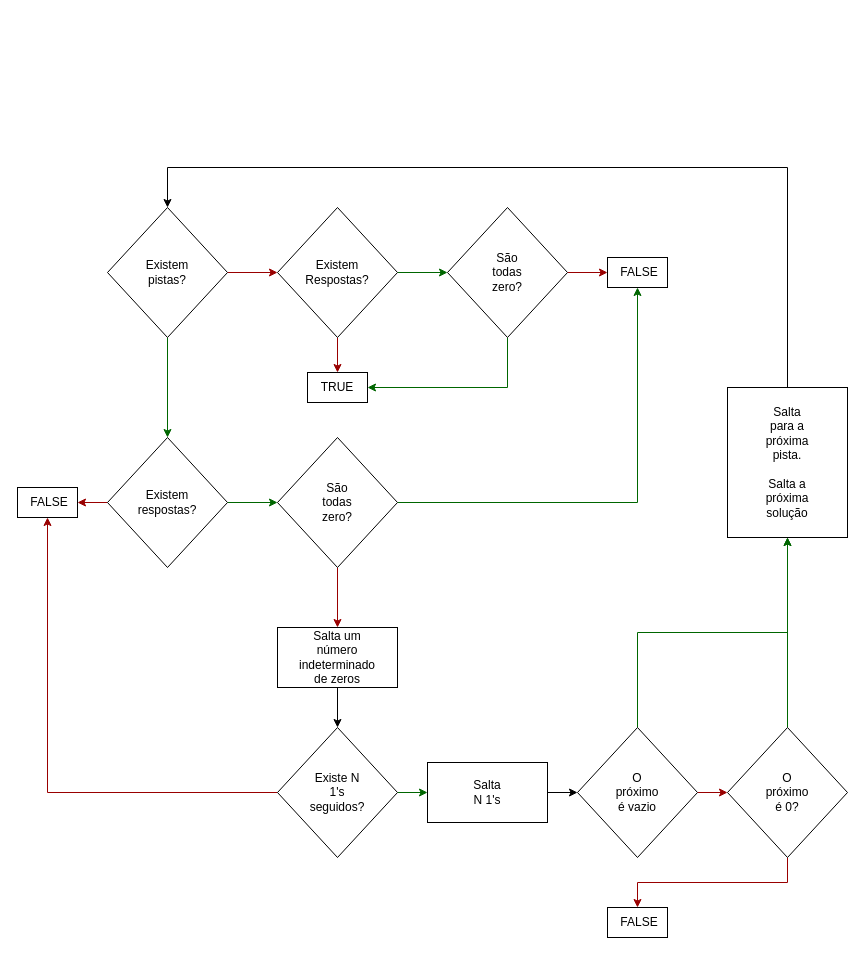
This is linecheck.drawio from Tiago-Matinho/PD, a draw.io file, before an edit. Source tidied: cells renumbered, new cells numbered last; positions are measured from the earlier drawing's top-left corner, leaving out a move shared by most shapes. Both pictures are drawn from the tidied source at 100%, with x=0, y=0 at pixel (17, 167).
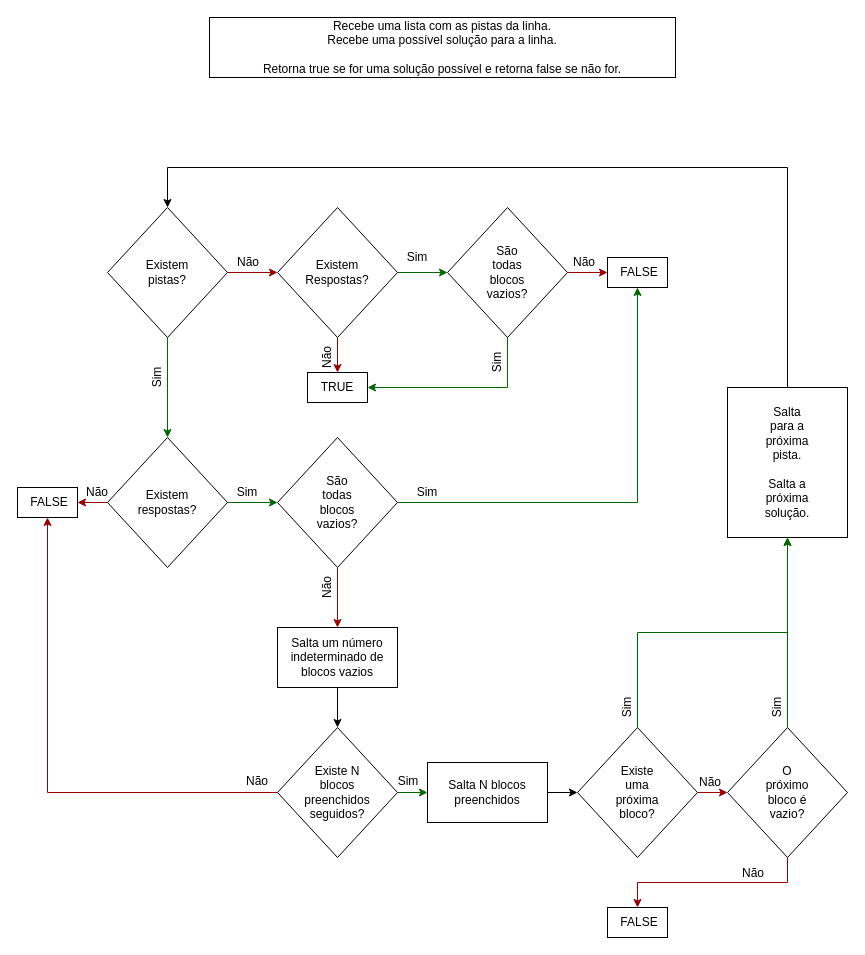
Above is the later version.

Diff of the diagram source:
```diff
@@
-    <mxCell id="15" value="São todas zero?" style="text;html=1;strokeColor=none;fillColor=none;align=center;verticalAlign=middle;whiteSpace=wrap;rounded=0;" parent="1" vertex="1">
+    <mxCell id="15" value="São todas blocos vazios?" style="text;html=1;strokeColor=none;fillColor=none;align=center;verticalAlign=middle;whiteSpace=wrap;rounded=0;" parent="1" vertex="1">
       <mxGeometry x="470" y="95" width="40" height="20" as="geometry" />
     </mxCell>
@@
-    <mxCell id="27" value="São todas zero?" style="text;html=1;strokeColor=none;fillColor=none;align=center;verticalAlign=middle;whiteSpace=wrap;rounded=0;" parent="1" vertex="1">
+    <mxCell id="27" value="São todas blocos vazios?" style="text;html=1;strokeColor=none;fillColor=none;align=center;verticalAlign=middle;whiteSpace=wrap;rounded=0;" parent="1" vertex="1">
       <mxGeometry x="300" y="325" width="40" height="20" as="geometry" />
     </mxCell>
@@
-    <mxCell id="29" style="rounded=0;whiteSpace=wrap;html=1;" parent="1" vertex="1">
+    <mxCell id="29" value="&lt;span style=&quot;white-space: normal&quot;&gt;Salta um número indeterminado de blocos vazios&lt;/span&gt;" style="rounded=0;whiteSpace=wrap;html=1;" parent="1" vertex="1">
       <mxGeometry x="260" y="460" width="120" height="60" as="geometry" />
     </mxCell>
-    <mxCell id="30" value="Salta um número indeterminado de zeros" style="text;html=1;strokeColor=none;fillColor=none;align=center;verticalAlign=middle;whiteSpace=wrap;rounded=0;" parent="1" vertex="1">
-      <mxGeometry x="300" y="480" width="40" height="20" as="geometry" />
-    </mxCell>
@@
-    <mxCell id="34" value="Existe N 1's seguidos?" style="text;html=1;strokeColor=none;fillColor=none;align=center;verticalAlign=middle;whiteSpace=wrap;rounded=0;" parent="1" vertex="1">
+    <mxCell id="34" value="Existe N blocos preenchidos seguidos?" style="text;html=1;strokeColor=none;fillColor=none;align=center;verticalAlign=middle;whiteSpace=wrap;rounded=0;" parent="1" vertex="1">
       <mxGeometry x="300" y="615" width="40" height="20" as="geometry" />
     </mxCell>
@@
-    <mxCell id="39" value="O próximo é vazio" style="text;html=1;strokeColor=none;fillColor=none;align=center;verticalAlign=middle;whiteSpace=wrap;rounded=0;" parent="1" vertex="1">
+    <mxCell id="39" value="Existe uma próxima bloco?" style="text;html=1;strokeColor=none;fillColor=none;align=center;verticalAlign=middle;whiteSpace=wrap;rounded=0;" parent="1" vertex="1">
       <mxGeometry x="600" y="615" width="40" height="20" as="geometry" />
     </mxCell>
@@
-    <mxCell id="41" style="rounded=0;whiteSpace=wrap;html=1;" parent="1" vertex="1">
+    <mxCell id="41" value="&lt;span style=&quot;white-space: normal&quot;&gt;Salta N blocos preenchidos&lt;/span&gt;" style="rounded=0;whiteSpace=wrap;html=1;" parent="1" vertex="1">
       <mxGeometry x="410" y="595" width="120" height="60" as="geometry" />
     </mxCell>
-    <mxCell id="42" value="Salta N 1's" style="text;html=1;strokeColor=none;fillColor=none;align=center;verticalAlign=middle;whiteSpace=wrap;rounded=0;" parent="1" vertex="1">
-      <mxGeometry x="450" y="615" width="40" height="20" as="geometry" />
-    </mxCell>
@@
-    <mxCell id="47" value="Salta para a próxima pista.&lt;br&gt;&lt;br&gt;Salta a próxima solução" style="text;html=1;strokeColor=none;fillColor=none;align=center;verticalAlign=middle;whiteSpace=wrap;rounded=0;" parent="1" vertex="1">
+    <mxCell id="47" value="Salta para a próxima pista.&lt;br&gt;&lt;br&gt;Salta a próxima solução." style="text;html=1;strokeColor=none;fillColor=none;align=center;verticalAlign=middle;whiteSpace=wrap;rounded=0;" parent="1" vertex="1">
       <mxGeometry x="750" y="285" width="40" height="20" as="geometry" />
     </mxCell>
@@
-    <mxCell id="50" value="O próximo é 0?" style="text;html=1;strokeColor=none;fillColor=none;align=center;verticalAlign=middle;whiteSpace=wrap;rounded=0;" parent="1" vertex="1">
+    <mxCell id="50" value="O próximo bloco é vazio?" style="text;html=1;strokeColor=none;fillColor=none;align=center;verticalAlign=middle;whiteSpace=wrap;rounded=0;" parent="1" vertex="1">
       <mxGeometry x="750" y="615" width="40" height="20" as="geometry" />
     </mxCell>
+    <mxCell id="51" value="Recebe uma lista com as pistas da linha.&lt;br&gt;Recebe uma possível solução para a linha.&lt;br&gt;&lt;br&gt;Retorna true se for uma solução possível e retorna false se não for." style="rounded=0;whiteSpace=wrap;html=1;" parent="1" vertex="1">
+      <mxGeometry x="192" y="-150" width="466" height="60" as="geometry" />
+    </mxCell>
+    <mxCell id="52" value="Sim" style="text;html=1;strokeColor=none;fillColor=none;align=center;verticalAlign=middle;whiteSpace=wrap;rounded=0;rotation=-90;" parent="1" vertex="1">
+      <mxGeometry x="120" y="200" width="40" height="20" as="geometry" />
+    </mxCell>
+    <mxCell id="53" value="Sim" style="text;html=1;strokeColor=none;fillColor=none;align=center;verticalAlign=middle;whiteSpace=wrap;rounded=0;" parent="1" vertex="1">
+      <mxGeometry x="380" y="80" width="40" height="20" as="geometry" />
+    </mxCell>
+    <mxCell id="54" value="Sim" style="text;html=1;strokeColor=none;fillColor=none;align=center;verticalAlign=middle;whiteSpace=wrap;rounded=0;rotation=-90;" parent="1" vertex="1">
+      <mxGeometry x="460" y="185" width="40" height="20" as="geometry" />
+    </mxCell>
+    <mxCell id="55" value="Sim" style="text;html=1;strokeColor=none;fillColor=none;align=center;verticalAlign=middle;whiteSpace=wrap;rounded=0;rotation=0;" parent="1" vertex="1">
+      <mxGeometry x="210" y="315" width="40" height="20" as="geometry" />
+    </mxCell>
+    <mxCell id="56" value="Sim" style="text;html=1;strokeColor=none;fillColor=none;align=center;verticalAlign=middle;whiteSpace=wrap;rounded=0;rotation=0;" parent="1" vertex="1">
+      <mxGeometry x="390" y="315" width="40" height="20" as="geometry" />
+    </mxCell>
+    <mxCell id="57" value="Sim" style="text;html=1;strokeColor=none;fillColor=none;align=center;verticalAlign=middle;whiteSpace=wrap;rounded=0;rotation=0;" parent="1" vertex="1">
+      <mxGeometry x="371" y="604" width="40" height="20" as="geometry" />
+    </mxCell>
+    <mxCell id="58" value="Sim" style="text;html=1;strokeColor=none;fillColor=none;align=center;verticalAlign=middle;whiteSpace=wrap;rounded=0;rotation=-90;" parent="1" vertex="1">
+      <mxGeometry x="590" y="530" width="40" height="20" as="geometry" />
+    </mxCell>
+    <mxCell id="59" value="Sim" style="text;html=1;strokeColor=none;fillColor=none;align=center;verticalAlign=middle;whiteSpace=wrap;rounded=0;rotation=-90;" parent="1" vertex="1">
+      <mxGeometry x="740" y="530" width="40" height="20" as="geometry" />
+    </mxCell>
+    <mxCell id="60" value="Não" style="text;html=1;strokeColor=none;fillColor=none;align=center;verticalAlign=middle;whiteSpace=wrap;rounded=0;rotation=-90;" parent="1" vertex="1">
+      <mxGeometry x="290" y="180" width="40" height="20" as="geometry" />
+    </mxCell>
+    <mxCell id="61" value="Não" style="text;html=1;strokeColor=none;fillColor=none;align=center;verticalAlign=middle;whiteSpace=wrap;rounded=0;rotation=0;" parent="1" vertex="1">
+      <mxGeometry x="211" y="85" width="40" height="20" as="geometry" />
+    </mxCell>
+    <mxCell id="62" value="Não" style="text;html=1;strokeColor=none;fillColor=none;align=center;verticalAlign=middle;whiteSpace=wrap;rounded=0;rotation=0;" parent="1" vertex="1">
+      <mxGeometry x="547" y="85" width="40" height="20" as="geometry" />
+    </mxCell>
+    <mxCell id="63" value="Não" style="text;html=1;strokeColor=none;fillColor=none;align=center;verticalAlign=middle;whiteSpace=wrap;rounded=0;rotation=0;" parent="1" vertex="1">
+      <mxGeometry x="220" y="604" width="40" height="20" as="geometry" />
+    </mxCell>
+    <mxCell id="64" value="Não" style="text;html=1;strokeColor=none;fillColor=none;align=center;verticalAlign=middle;whiteSpace=wrap;rounded=0;rotation=0;" parent="1" vertex="1">
+      <mxGeometry x="60" y="315" width="40" height="20" as="geometry" />
+    </mxCell>
+    <mxCell id="65" value="Não" style="text;html=1;strokeColor=none;fillColor=none;align=center;verticalAlign=middle;whiteSpace=wrap;rounded=0;rotation=0;" parent="1" vertex="1">
+      <mxGeometry x="673" y="605" width="40" height="20" as="geometry" />
+    </mxCell>
+    <mxCell id="66" value="Não" style="text;html=1;strokeColor=none;fillColor=none;align=center;verticalAlign=middle;whiteSpace=wrap;rounded=0;rotation=-90;" parent="1" vertex="1">
+      <mxGeometry x="290" y="410" width="40" height="20" as="geometry" />
+    </mxCell>
+    <mxCell id="67" value="Não" style="text;html=1;strokeColor=none;fillColor=none;align=center;verticalAlign=middle;whiteSpace=wrap;rounded=0;rotation=0;" parent="1" vertex="1">
+      <mxGeometry x="716" y="696" width="40" height="20" as="geometry" />
+    </mxCell>
```
